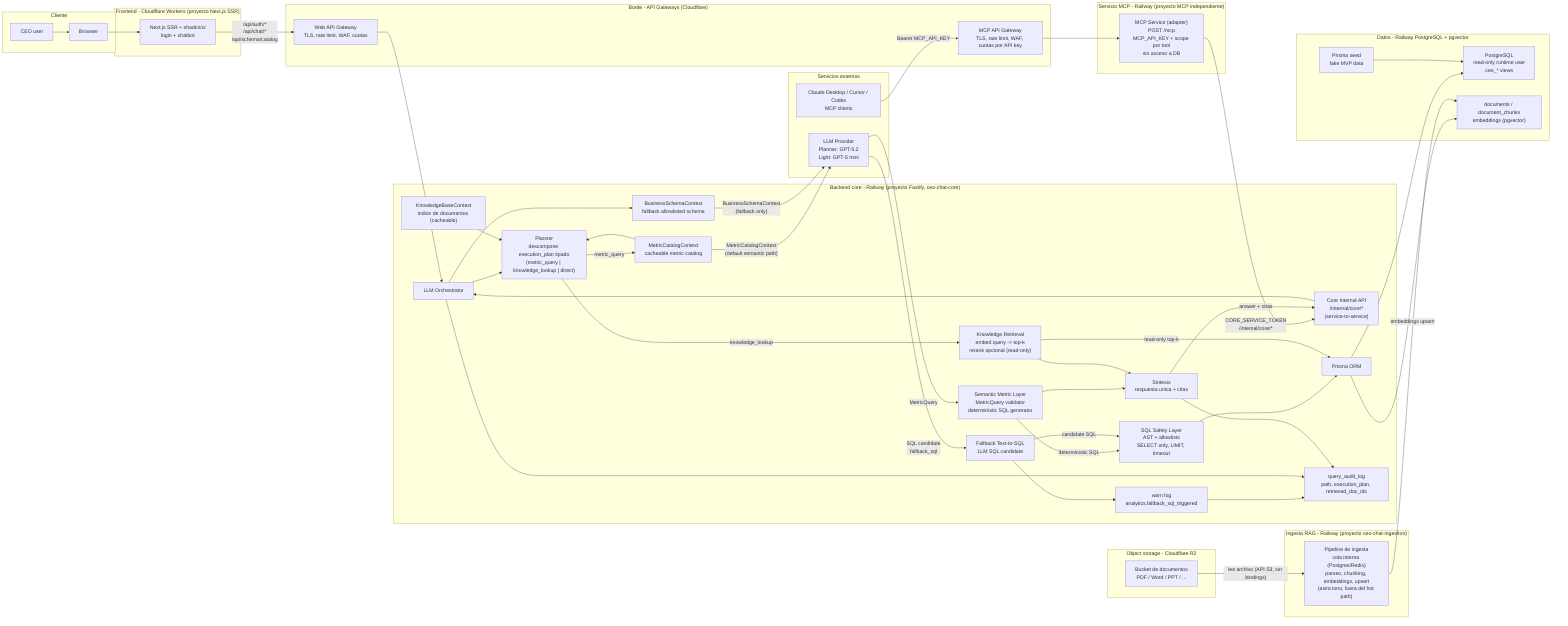
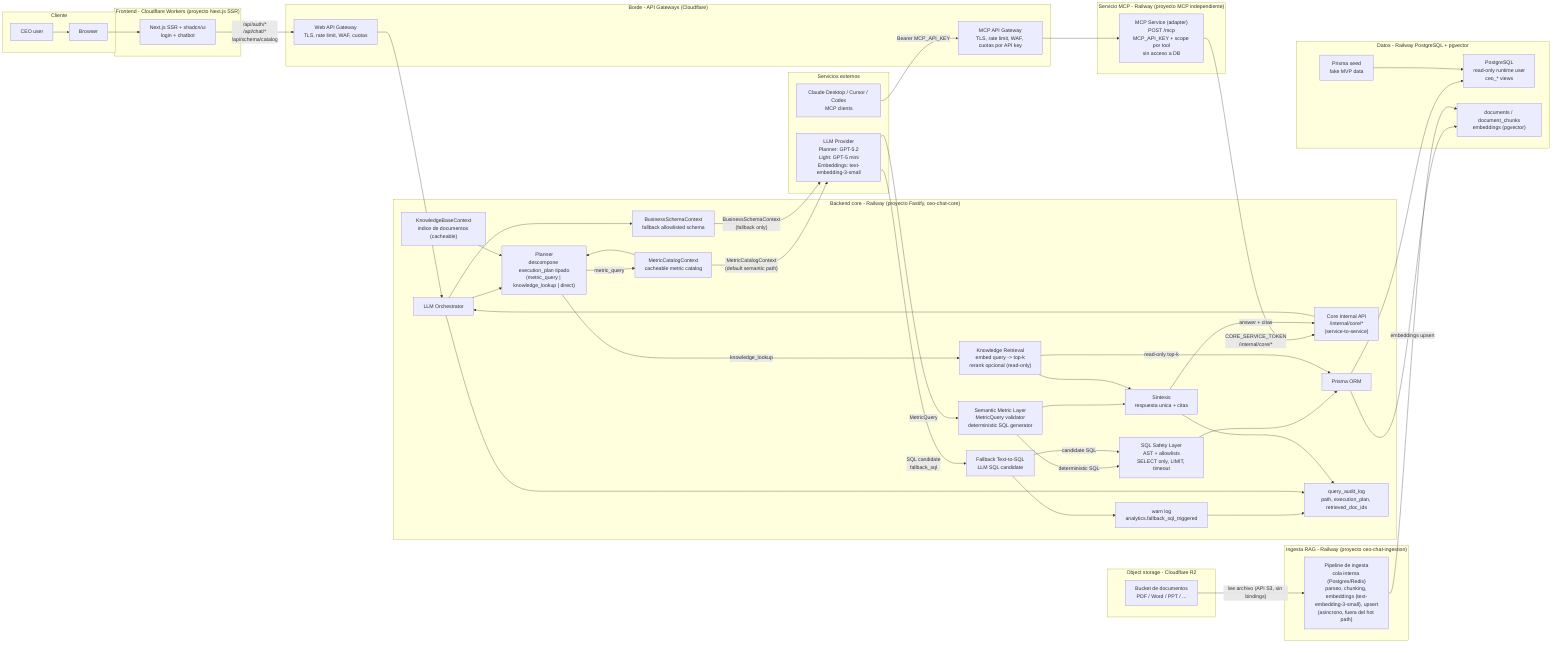
flowchart LR
  subgraph client["Cliente"]
    CEO["CEO user"]
    Browser["Browser"]
  end

  subgraph cf["Frontend - Cloudflare Workers (proyecto Next.js SSR)"]
    Next["Next.js SSR + shadcn/ui\nlogin + chatbot"]
  end

  subgraph edge["Borde - API Gateways (Cloudflare)"]
    WebGW["Web API Gateway\nTLS, rate limit, WAF, cuotas"]
    McpGW["MCP API Gateway\nTLS, rate limit, WAF, cuotas por API key"]
  end

  subgraph railwayApi["Backend core - Railway (proyecto Fastify, ceo-chat-core)"]
    CoreAPI["Core Internal API\n/internal/core/*\n(service-to-service)"]
    Orchestrator["LLM Orchestrator"]
    Planner["Planner\ndescompone execution_plan tipado\n(metric_query | knowledge_lookup | direct)"]
    MetricContext["MetricCatalogContext\ncacheable metric catalog"]
    KnowledgeContext["KnowledgeBaseContext\nindice de documentos (cacheable)"]
    BusinessContext["BusinessSchemaContext\nfallback allowlisted schema"]
    Semantic["Semantic Metric Layer\nMetricQuery validator\ndeterministic SQL generator"]
    KnowledgeRetrieval["Knowledge Retrieval\nembed query -> top-k\nrerank opcional (read-only)"]
    FallbackSQL["Fallback Text-to-SQL\nLLM SQL candidate"]
    Safety["SQL Safety Layer\nAST + allowlists\nSELECT only, LIMIT, timeout"]
    Synth["Sintesis\nrespuesta unica + citas"]
    Prisma["Prisma ORM"]
    FallbackLog["warn log\nanalytics.fallback_sql_triggered"]
    Audit["query_audit_log\npath, execution_plan, retrieved_doc_ids"]
  end

  subgraph ingestion["Ingesta RAG - Railway (proyecto ceo-chat-ingestion)"]
-     Ingest["Pipeline de ingesta\ncola interna (Postgres/Redis)\nparseo, chunking, embeddings, upsert\n(asincrono, fuera del hot path)"]
+     Ingest["Pipeline de ingesta\ncola interna (Postgres/Redis)\nparseo, chunking, embeddings (text-embedding-3-small), upsert\n(asincrono, fuera del hot path)"]
  end

  subgraph storage["Object storage - Cloudflare R2"]
    R2["Bucket de documentos\nPDF / Word / PPT / ..."]
  end

  subgraph mcpsvc["Servicio MCP - Railway (proyecto MCP independiente)"]
    MCPsvc["MCP Service (adapter)\nPOST /mcp\nMCP_API_KEY + scope por tool\nsin acceso a DB"]
  end

  subgraph railwayDb["Datos - Railway PostgreSQL + pgvector"]
    Postgres["PostgreSQL\nread-only runtime user\nceo_* views"]
    Vectors["documents / document_chunks\nembeddings (pgvector)"]
    Seed["Prisma seed\nfake MVP data"]
  end

  subgraph external["Servicios externos"]
-     LLM["LLM Provider\nPlanner: GPT-5.2\nLight: GPT-5 mini"]
+     LLM["LLM Provider\nPlanner: GPT-5.2\nLight: GPT-5 mini\nEmbeddings: text-embedding-3-small"]
    ExternalClients["Claude Desktop / Cursor / Codex\nMCP clients"]
  end

  CEO --> Browser
  Browser --> Next
  Next -->|"/api/auth/*\n/api/chat/*\n/api/schema/catalog"| WebGW
  WebGW --> Orchestrator
  ExternalClients -->|"Bearer MCP_API_KEY"| McpGW
  McpGW --> MCPsvc
  MCPsvc -->|"CORE_SERVICE_TOKEN\n/internal/core/*"| CoreAPI
  CoreAPI --> Orchestrator
  Orchestrator --> Planner
  MetricContext --> Planner
  KnowledgeContext --> Planner
  Planner -->|"metric_query"| MetricContext
  Planner -->|"knowledge_lookup"| KnowledgeRetrieval
  MetricContext -->|"MetricCatalogContext\n(default semantic path)"| LLM
  LLM -->|"MetricQuery"| Semantic
  Orchestrator --> BusinessContext
  BusinessContext -->|"BusinessSchemaContext\n(fallback only)"| LLM
  LLM -->|"SQL candidate\nfallback_sql"| FallbackSQL
  Semantic -->|"deterministic SQL"| Safety
  FallbackSQL -->|"candidate SQL"| Safety
  FallbackSQL --> FallbackLog
  FallbackLog --> Audit
  Safety --> Prisma
  Prisma --> Postgres
  KnowledgeRetrieval -->|"read-only top-k"| Prisma
  Prisma --> Vectors
  Semantic --> Synth
  KnowledgeRetrieval --> Synth
  Synth -->|"answer + citas"| CoreAPI
  Seed --> Postgres
  R2 -->|"lee archivo (API S3, sin bindings)"| Ingest
  Ingest -->|"embeddings upsert"| Vectors
  Orchestrator --> Audit
  Synth --> Audit
